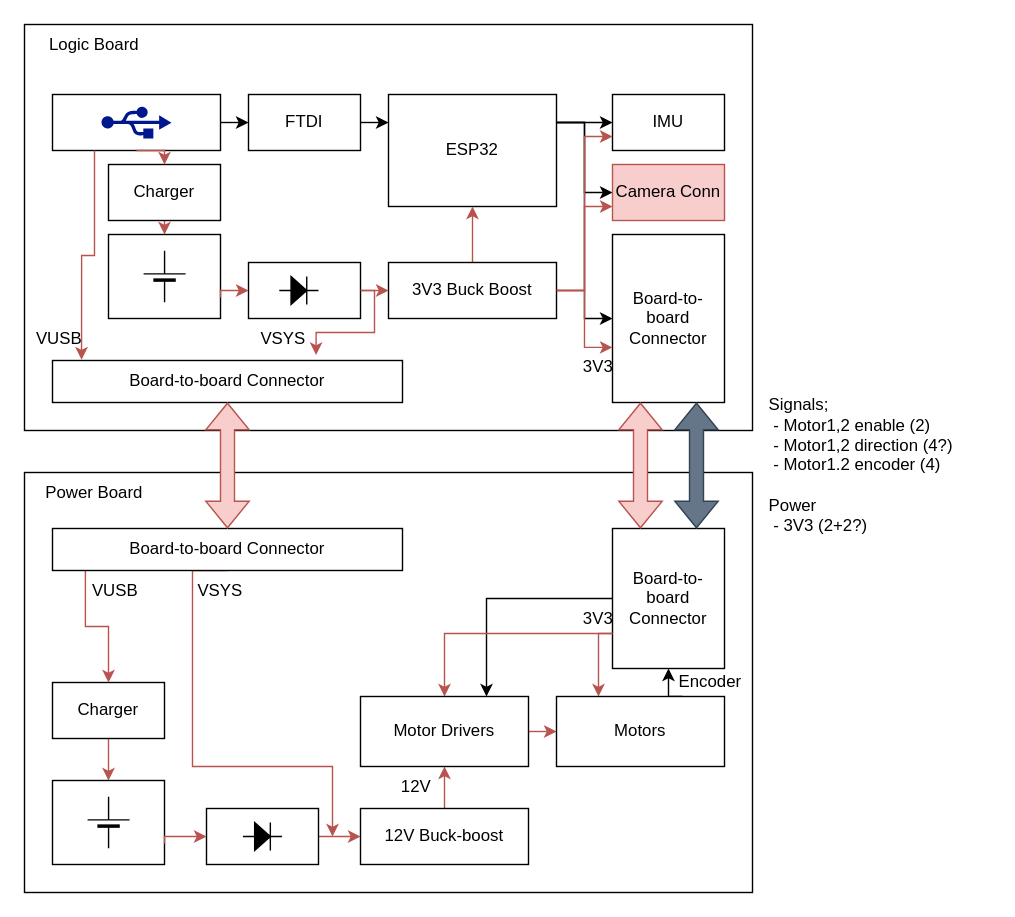
The draw.io diagram Ele/System Diagram.drawio in semihiseri/nanoInvaderBot, before the edit. Source tidied: cells renumbered, new cells numbered last; positions are measured from the earlier drawing's top-left corner, leaving out a move shared by most shapes. Both pictures are drawn from the tidied source at 140%, with x=0, y=0 at pixel (24, 24).
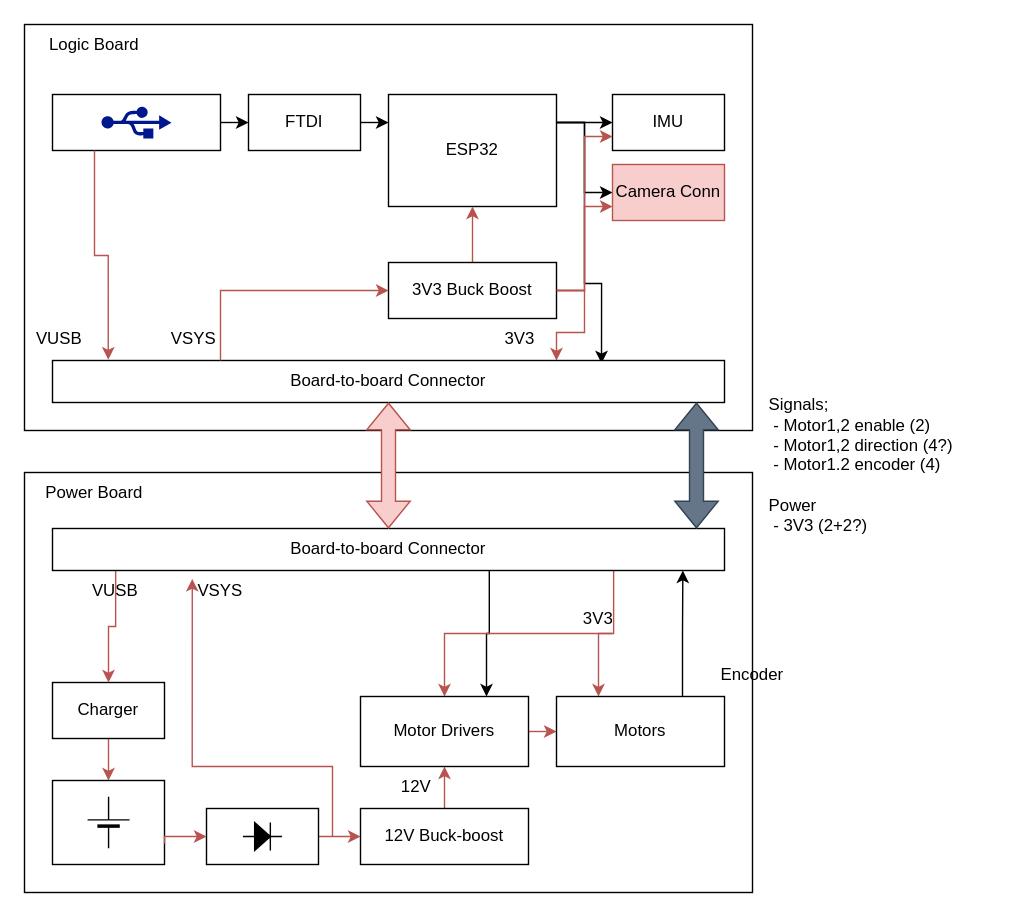
The same page after the edit.

The change refers to these unchanged cells:
```xml
<mxCell id="8" value="ESP32" style="rounded=0;whiteSpace=wrap;html=1;" parent="1" vertex="1">
  <mxGeometry x="260" y="50" width="120" height="80" as="geometry" />
</mxCell>
<mxCell id="14" style="rounded=0;whiteSpace=wrap;html=1;" parent="13" vertex="1">
  <mxGeometry width="120" height="40" as="geometry" />
</mxCell>
<mxCell id="19" value="3V3 Buck Boost" style="rounded=0;whiteSpace=wrap;html=1;" parent="1" vertex="1">
  <mxGeometry x="260" y="170" width="120" height="40" as="geometry" />
</mxCell>
<mxCell id="63" value="Motor Drivers" style="rounded=0;whiteSpace=wrap;html=1;" parent="1" vertex="1">
  <mxGeometry x="240" y="480" width="120" height="50" as="geometry" />
</mxCell>
<mxCell id="65" value="Motors" style="rounded=0;whiteSpace=wrap;html=1;" parent="1" vertex="1">
  <mxGeometry x="380" y="480" width="120" height="50" as="geometry" />
</mxCell>
```

What changed in the source:
```diff
@@
-    <mxCell id="7" style="edgeStyle=orthogonalEdgeStyle;rounded=0;jettySize=auto;html=1;exitX=1;exitY=0.25;exitDx=0;exitDy=0;entryX=0;entryY=0.5;entryDx=0;entryDy=0;" parent="1" edge="1" source="8" target="26">
+    <mxCell id="7" style="edgeStyle=orthogonalEdgeStyle;rounded=0;jettySize=auto;html=1;exitX=1;exitY=0.25;exitDx=0;exitDy=0;entryX=0.817;entryY=0.067;entryDx=0;entryDy=0;entryPerimeter=0;" parent="1" edge="1" source="8" target="32">
       <mxGeometry relative="1" as="geometry" />
     </mxCell>
@@
-    <mxCell id="11" style="edgeStyle=orthogonalEdgeStyle;rounded=0;jettySize=auto;html=1;exitX=0.5;exitY=1;exitDx=0;exitDy=0;entryX=0.5;entryY=0;entryDx=0;entryDy=0;fillColor=#f8cecc;strokeColor=#b85450;" parent="1" edge="1" source="12" target="24">
-      <mxGeometry relative="1" as="geometry" />
-    </mxCell>
-    <mxCell id="12" value="Charger" style="rounded=0;whiteSpace=wrap;html=1;" parent="1" vertex="1">
-      <mxGeometry x="60" y="100" width="80" height="40" as="geometry" />
-    </mxCell>
@@
-    <mxCell id="20" style="edgeStyle=orthogonalEdgeStyle;rounded=0;jettySize=auto;html=1;exitX=1;exitY=0.5;exitDx=0;exitDy=0;entryX=0;entryY=0.5;entryDx=0;entryDy=0;fillColor=#f8cecc;strokeColor=#b85450;" parent="1" edge="1" source="21" target="19">
-      <mxGeometry relative="1" as="geometry" />
-    </mxCell>
-    <mxCell id="21" style="rounded=0;whiteSpace=wrap;html=1;" parent="1" vertex="1">
-      <mxGeometry x="160" y="170" width="80" height="40" as="geometry" />
-    </mxCell>
-    <mxCell id="22" style="fillColor=strokeColor;verticalLabelPosition=bottom;shadow=0;dashed=0;align=center;html=1;verticalAlign=top;shape=mxgraph.electrical.diodes.diode;" parent="1" vertex="1">
-      <mxGeometry x="182" y="180" width="28" height="20" as="geometry" />
-    </mxCell>
-    <mxCell id="23" style="group;" parent="1" vertex="1">
-      <mxGeometry x="60" y="150" width="80" height="60" as="geometry" />
-    </mxCell>
-    <mxCell id="24" style="rounded=0;whiteSpace=wrap;html=1;" parent="23" vertex="1">
-      <mxGeometry width="80" height="60" as="geometry" />
-    </mxCell>
-    <mxCell id="25" style="verticalLabelPosition=bottom;shadow=0;dashed=0;align=center;fillColor=strokeColor;html=1;verticalAlign=top;strokeWidth=1;shape=mxgraph.electrical.miscellaneous.monocell_battery;rotation=-90;" parent="23" vertex="1">
-      <mxGeometry x="21.7" y="15" width="36.7" height="30" as="geometry" />
-    </mxCell>
-    <mxCell id="26" value="Board-to-board&lt;br&gt;Connector" style="rounded=0;whiteSpace=wrap;html=1;" parent="1" vertex="1">
-      <mxGeometry x="420" y="150" width="80" height="120" as="geometry" />
-    </mxCell>
@@
-    <mxCell id="28" style="edgeStyle=orthogonalEdgeStyle;rounded=0;jettySize=auto;html=1;exitX=1;exitY=0.5;exitDx=0;exitDy=0;entryX=0;entryY=0.672;entryDx=0;entryDy=0;entryPerimeter=0;fillColor=#f8cecc;strokeColor=#b85450;" parent="1" edge="1" source="19" target="26">
-      <mxGeometry relative="1" as="geometry" />
+    <mxCell id="28" style="edgeStyle=orthogonalEdgeStyle;rounded=0;jettySize=auto;html=1;exitX=1;exitY=0.5;exitDx=0;exitDy=0;entryX=0.75;entryY=0;entryDx=0;entryDy=0;fillColor=#f8cecc;strokeColor=#b85450;" parent="1" edge="1" source="19" target="32">
+      <mxGeometry relative="1" as="geometry">
+        <Array as="points">
+          <mxPoint x="400" y="190" />
+          <mxPoint x="400" y="220" />
+          <mxPoint x="380" y="220" />
+        </Array>
+      </mxGeometry>
     </mxCell>
-    <mxCell id="29" style="edgeStyle=orthogonalEdgeStyle;rounded=0;jettySize=auto;html=1;exitX=0.5;exitY=1;exitDx=0;exitDy=0;entryX=0.5;entryY=0;entryDx=0;entryDy=0;fillColor=#f8cecc;strokeColor=#b85450;" parent="1" edge="1" source="14" target="12">
-      <mxGeometry relative="1" as="geometry" />
-    </mxCell>
-    <mxCell id="30" style="edgeStyle=orthogonalEdgeStyle;rounded=0;jettySize=auto;html=1;exitX=1;exitY=0.75;exitDx=0;exitDy=0;entryX=0;entryY=0.5;entryDx=0;entryDy=0;fillColor=#f8cecc;strokeColor=#b85450;" parent="1" edge="1" source="24" target="21">
-      <mxGeometry relative="1" as="geometry">
-        <Array as="points">
-          <mxPoint x="140" y="190" />
-        </Array>
-      </mxGeometry>
-    </mxCell>
@@
     <mxCell id="32" value="Board-to-board Connector" style="rounded=0;whiteSpace=wrap;html=1;" parent="1" vertex="1">
-      <mxGeometry x="20" y="240" width="250" height="30" as="geometry" />
+      <mxGeometry x="20" y="240" width="480" height="30" as="geometry" />
     </mxCell>
@@
-    <mxCell id="34" style="edgeStyle=orthogonalEdgeStyle;rounded=0;jettySize=auto;html=1;exitX=1;exitY=0.5;exitDx=0;exitDy=0;entryX=0.753;entryY=-0.132;entryDx=0;entryDy=0;fillColor=#f8cecc;strokeColor=#b85450;entryPerimeter=0;" parent="1" edge="1" source="21" target="32">
-      <mxGeometry relative="1" as="geometry">
-        <Array as="points">
-          <mxPoint x="250" y="190" />
-          <mxPoint x="250" y="220" />
-          <mxPoint x="208" y="220" />
-        </Array>
-      </mxGeometry>
-    </mxCell>
@@
     <mxCell id="36" value="VSYS" style="text;html=1;strokeColor=none;fillColor=none;align=center;verticalAlign=middle;whiteSpace=wrap;rounded=0;" parent="1" vertex="1">
-      <mxGeometry x="150" y="210" width="70" height="30" as="geometry" />
+      <mxGeometry x="86" y="210" width="70" height="30" as="geometry" />
     </mxCell>
     <mxCell id="37" value="3V3" style="text;html=1;strokeColor=none;fillColor=none;align=center;verticalAlign=middle;whiteSpace=wrap;rounded=0;" parent="1" vertex="1">
-      <mxGeometry x="380" y="230" width="60" height="30" as="geometry" />
+      <mxGeometry x="324" y="210" width="60" height="30" as="geometry" />
     </mxCell>
@@
-    <mxCell id="49" style="edgeStyle=orthogonalEdgeStyle;rounded=0;jettySize=auto;html=1;exitX=0;exitY=0.5;exitDx=0;exitDy=0;entryX=0.75;entryY=0;entryDx=0;entryDy=0;" parent="1" edge="1" source="50" target="63">
+    <mxCell id="49" style="edgeStyle=orthogonalEdgeStyle;rounded=0;jettySize=auto;html=1;exitX=0.65;exitY=0.933;exitDx=0;exitDy=0;entryX=0.75;entryY=0;entryDx=0;entryDy=0;exitPerimeter=0;" parent="1" edge="1" source="59" target="63">
       <mxGeometry relative="1" as="geometry" />
     </mxCell>
-    <mxCell id="50" value="Board-to-board&lt;br&gt;Connector" style="rounded=0;whiteSpace=wrap;html=1;" parent="1" vertex="1">
-      <mxGeometry x="420" y="360" width="80" height="100" as="geometry" />
-    </mxCell>
@@
-    <mxCell id="56" style="edgeStyle=orthogonalEdgeStyle;rounded=0;jettySize=auto;html=1;exitX=0.5;exitY=1;exitDx=0;exitDy=0;fillColor=#f8cecc;strokeColor=#b85450;" parent="1" edge="1" source="59">
+    <mxCell id="56" style="edgeStyle=orthogonalEdgeStyle;rounded=0;jettySize=auto;html=1;exitX=0.208;exitY=1.2;exitDx=0;exitDy=0;fillColor=#f8cecc;strokeColor=#b85450;startArrow=classic;startFill=1;endArrow=none;endFill=0;exitPerimeter=0;" parent="1" edge="1" source="59">
       <mxGeometry relative="1" as="geometry">
         <mxPoint x="220" y="580" as="targetPoint" />
         <Array as="points">
-          <mxPoint x="120" y="390" />
           <mxPoint x="120" y="530" />
           <mxPoint x="220" y="530" />
         </Array>
       </mxGeometry>
     </mxCell>
-    <mxCell id="57" style="edgeStyle=orthogonalEdgeStyle;rounded=0;jettySize=auto;html=1;exitX=0;exitY=0.75;exitDx=0;exitDy=0;entryX=0.5;entryY=0;entryDx=0;entryDy=0;fillColor=#f8cecc;strokeColor=#b85450;" parent="1" edge="1" source="50" target="63">
+    <mxCell id="57" style="edgeStyle=orthogonalEdgeStyle;rounded=0;jettySize=auto;html=1;exitX=0.835;exitY=0.867;exitDx=0;exitDy=0;entryX=0.5;entryY=0;entryDx=0;entryDy=0;fillColor=#f8cecc;strokeColor=#b85450;exitPerimeter=0;" parent="1" edge="1" source="59" target="63">
       <mxGeometry relative="1" as="geometry" />
     </mxCell>
-    <mxCell id="58" style="edgeStyle=orthogonalEdgeStyle;rounded=0;jettySize=auto;html=1;exitX=0;exitY=0.75;exitDx=0;exitDy=0;entryX=0.25;entryY=0;entryDx=0;entryDy=0;fillColor=#f8cecc;strokeColor=#b85450;" parent="1" edge="1" source="50" target="65">
+    <mxCell id="58" style="edgeStyle=orthogonalEdgeStyle;rounded=0;jettySize=auto;html=1;exitX=0;exitY=0.75;exitDx=0;exitDy=0;entryX=0.25;entryY=0;entryDx=0;entryDy=0;fillColor=#f8cecc;strokeColor=#b85450;" parent="1" edge="1" target="65">
       <mxGeometry relative="1" as="geometry">
+        <mxPoint x="420" y="435" as="sourcePoint" />
         <Array as="points">
           <mxPoint x="410" y="435" />
         </Array>
       </mxGeometry>
     </mxCell>
     <mxCell id="59" value="Board-to-board Connector" style="rounded=0;whiteSpace=wrap;html=1;" parent="1" vertex="1">
-      <mxGeometry x="20" y="360" width="250" height="30" as="geometry" />
+      <mxGeometry x="20" y="360" width="480" height="30" as="geometry" />
     </mxCell>
@@
-    <mxCell id="61" style="endArrow=classic;startArrow=classic;html=1;rounded=0;entryX=0.75;entryY=1;entryDx=0;entryDy=0;exitX=0.75;exitY=0;exitDx=0;exitDy=0;shape=flexArrow;fillColor=#647687;strokeColor=#314354;" parent="1" edge="1" source="50" target="26">
-      <mxGeometry relative="1" as="geometry" />
+    <mxCell id="61" style="endArrow=classic;startArrow=classic;html=1;rounded=0;entryX=0.75;entryY=1;entryDx=0;entryDy=0;exitX=0.75;exitY=0;exitDx=0;exitDy=0;shape=flexArrow;fillColor=#647687;strokeColor=#314354;" parent="1" edge="1">
+      <mxGeometry relative="1" as="geometry">
+        <mxPoint x="480" y="360" as="sourcePoint" />
+        <mxPoint x="480" y="270" as="targetPoint" />
+      </mxGeometry>
     </mxCell>
@@
-    <mxCell id="64" style="edgeStyle=orthogonalEdgeStyle;rounded=0;jettySize=auto;html=1;exitX=0.75;exitY=0;exitDx=0;exitDy=0;entryX=0.5;entryY=1;entryDx=0;entryDy=0;" parent="1" edge="1" source="65" target="50">
+    <mxCell id="64" style="edgeStyle=orthogonalEdgeStyle;rounded=0;jettySize=auto;html=1;exitX=0.75;exitY=0;exitDx=0;exitDy=0;entryX=0.938;entryY=1;entryDx=0;entryDy=0;entryPerimeter=0;" parent="1" edge="1" source="65" target="59">
       <mxGeometry relative="1" as="geometry" />
     </mxCell>
@@
     <mxCell id="68" value="Encoder" style="text;html=1;strokeColor=none;fillColor=none;align=center;verticalAlign=middle;whiteSpace=wrap;rounded=0;" parent="1" vertex="1">
-      <mxGeometry x="460" y="455" width="60" height="30" as="geometry" />
+      <mxGeometry x="490" y="450" width="60" height="30" as="geometry" />
     </mxCell>
@@
-    <mxCell id="70" style="endArrow=classic;startArrow=classic;html=1;rounded=0;entryX=0.25;entryY=1;entryDx=0;entryDy=0;exitX=0.25;exitY=0;exitDx=0;exitDy=0;fillColor=#f8cecc;strokeColor=#b85450;shape=flexArrow;" parent="1" edge="1" source="50" target="26">
-      <mxGeometry relative="1" as="geometry" />
-    </mxCell>
+    <mxCell id="71" style="endArrow=classic;html=1;rounded=0;exitX=0.25;exitY=0;exitDx=0;exitDy=0;entryX=0;entryY=0.5;entryDx=0;entryDy=0;fillColor=#f8cecc;strokeColor=#b85450;" parent="1" edge="1" source="32" target="19">
+      <mxGeometry relative="1" as="geometry">
+        <Array as="points">
+          <mxPoint x="140" y="190" />
+        </Array>
+      </mxGeometry>
+    </mxCell>
```
